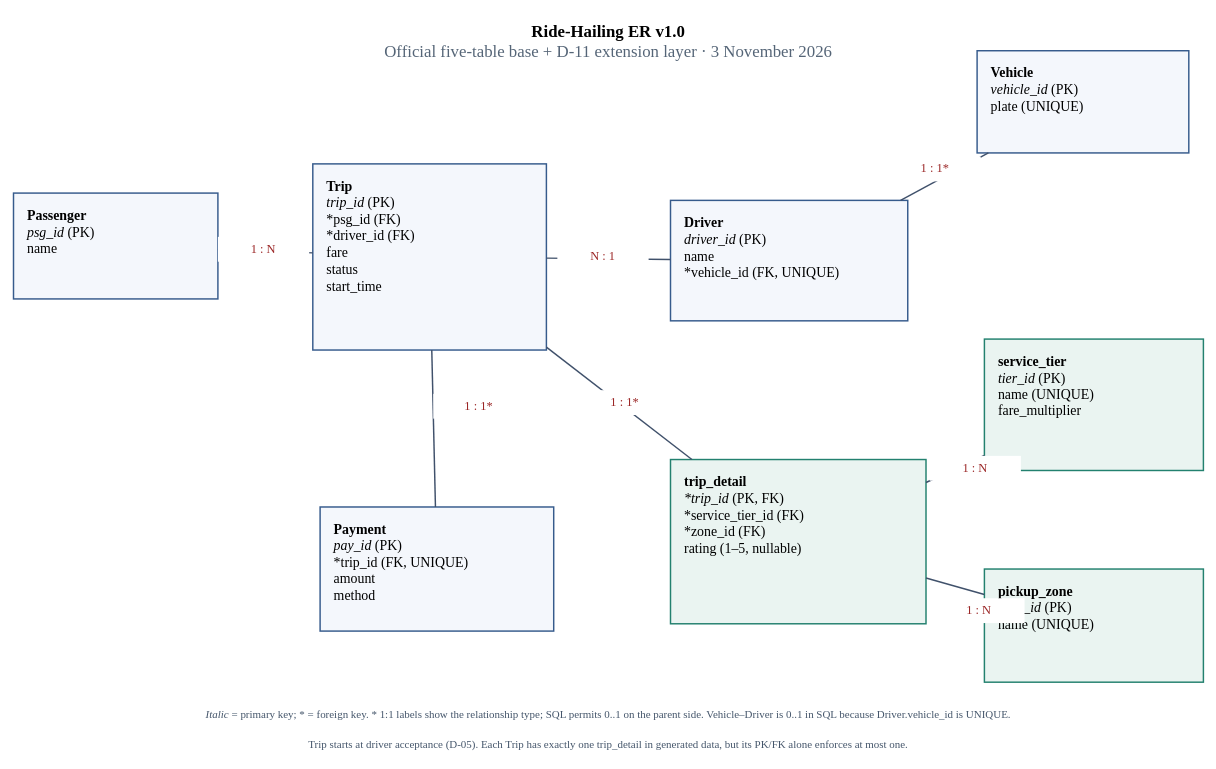
Above: 04_figures/er_final.drawio in chenyanwu83-blip/DBM-Group-Project1 (draw.io), before the change. Source tidied: cells renumbered, new cells numbered last; positions are measured from the earlier drawing's top-left corner, leaving out a move shared by most shapes. Both pictures are drawn from the tidied source at 73%, with x=0, y=0 at pixel (13, 12).
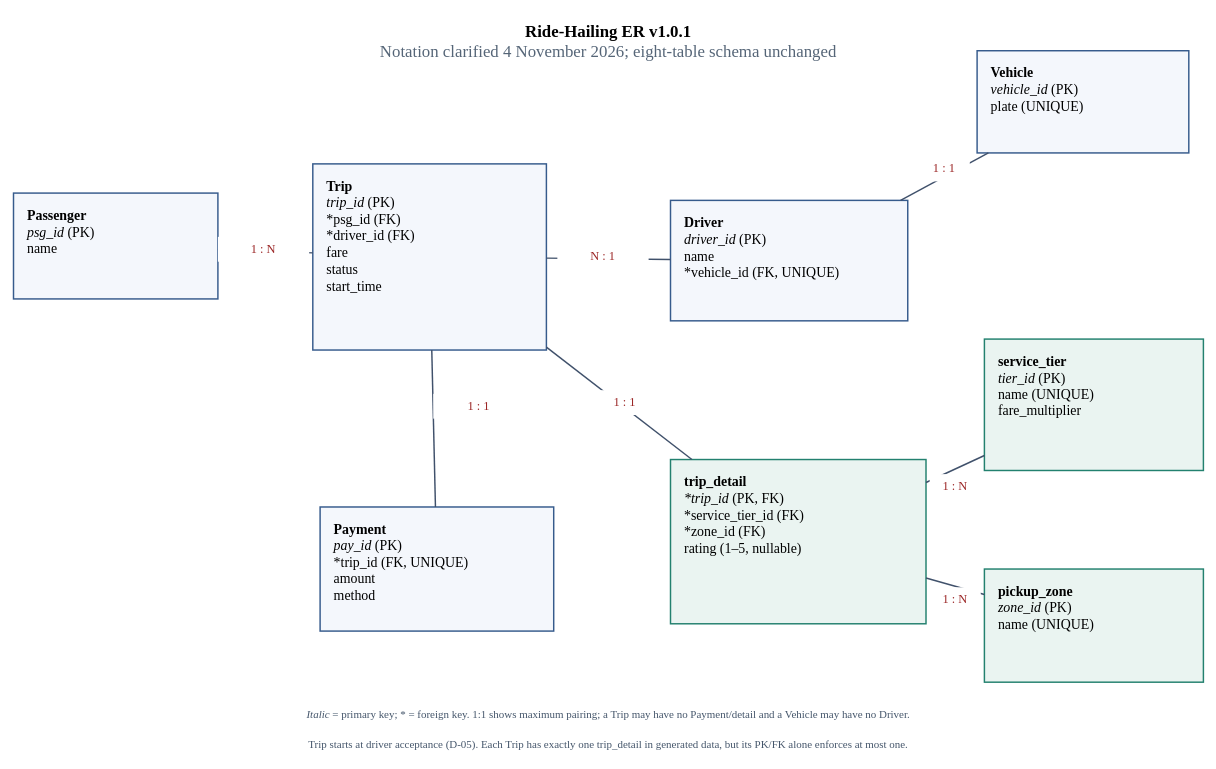
After the change.

Commit message (it also covers changes not shown here):
B4: clarify ER cardinality notation (v1.0.1)

Blue boxes are the five core tables provided by the teacher; green boxes are the three extension tables added by our group. Diagram labels now follow the course notation (1:1, 1:N, N:1). Table structure and SQL are unchanged.

Change to the diagram source:
```diff
@@
-    <mxCell id="2" value="&lt;b&gt;Ride-Hailing ER v1.0&lt;/b&gt;&lt;br&gt;&lt;font color=&quot;#556577&quot;&gt;Official five-table base + D-11 extension layer · 3 November 2026&lt;/font&gt;" style="fontFamily=Times New Roman;html=1;whiteSpace=wrap;text;align=center;verticalAlign=middle;strokeColor=none;fillColor=none;fontSize=23;" parent="1" vertex="1">
+    <mxCell id="2" value="&lt;b&gt;Ride-Hailing ER v1.0.1&lt;/b&gt;&lt;br&gt;&lt;font color=&quot;#556577&quot;&gt;Notation clarified 4 November 2026; eight-table schema unchanged&lt;/font&gt;" style="fontFamily=Times New Roman;html=1;whiteSpace=wrap;text;align=center;verticalAlign=middle;strokeColor=none;fillColor=none;fontSize=23;" parent="1" vertex="1">
       <mxGeometry x="230" width="1170" height="78" as="geometry" />
     </mxCell>
@@
-    <mxCell id="16" value="1 : 1*" style="fontFamily=Times New Roman;html=1;whiteSpace=wrap;text;align=center;verticalAlign=middle;strokeColor=none;fillColor=#FFFFFF;fontSize=17;fontColor=#9B2626;" parent="1" vertex="1">
-      <mxGeometry x="1200" y="197" width="125" height="34" as="geometry" />
+    <mxCell id="16" value="1 : 1" style="fontFamily=Times New Roman;html=1;whiteSpace=wrap;text;align=center;verticalAlign=middle;strokeColor=none;fillColor=#FFFFFF;fontSize=17;fontColor=#9B2626;" parent="1" vertex="1">
+      <mxGeometry x="1240" y="197" width="70" height="34" as="geometry" />
     </mxCell>
@@
-    <mxCell id="18" value="1 : 1*" style="fontFamily=Times New Roman;html=1;whiteSpace=wrap;text;align=center;verticalAlign=middle;strokeColor=none;fillColor=#FFFFFF;fontSize=17;fontColor=#9B2626;" parent="1" vertex="1">
+    <mxCell id="18" value="1 : 1" style="fontFamily=Times New Roman;html=1;whiteSpace=wrap;text;align=center;verticalAlign=middle;strokeColor=none;fillColor=#FFFFFF;fontSize=17;fontColor=#9B2626;" parent="1" vertex="1">
       <mxGeometry x="575" y="522" width="125" height="34" as="geometry" />
     </mxCell>
@@
-    <mxCell id="20" value="1 : 1*" style="fontFamily=Times New Roman;html=1;whiteSpace=wrap;text;align=center;verticalAlign=middle;strokeColor=none;fillColor=#FFFFFF;fontSize=17;fontColor=#9B2626;" parent="1" vertex="1">
+    <mxCell id="20" value="1 : 1" style="fontFamily=Times New Roman;html=1;whiteSpace=wrap;text;align=center;verticalAlign=middle;strokeColor=none;fillColor=#FFFFFF;fontSize=17;fontColor=#9B2626;" parent="1" vertex="1">
       <mxGeometry x="775" y="517" width="125" height="34" as="geometry" />
     </mxCell>
@@
     <mxCell id="22" value="1 : N" style="fontFamily=Times New Roman;html=1;whiteSpace=wrap;text;align=center;verticalAlign=middle;strokeColor=none;fillColor=#FFFFFF;fontSize=17;fontColor=#9B2626;" parent="1" vertex="1">
-      <mxGeometry x="1255" y="607" width="125" height="34" as="geometry" />
+      <mxGeometry x="1255" y="632" width="70" height="34" as="geometry" />
     </mxCell>
@@
     <mxCell id="24" value="1 : N" style="fontFamily=Times New Roman;html=1;whiteSpace=wrap;text;align=center;verticalAlign=middle;strokeColor=none;fillColor=#FFFFFF;fontSize=17;fontColor=#9B2626;" parent="1" vertex="1">
-      <mxGeometry x="1260" y="802" width="125" height="34" as="geometry" />
+      <mxGeometry x="1255" y="787" width="70" height="34" as="geometry" />
     </mxCell>
-    <mxCell id="25" value="&lt;i&gt;Italic&lt;/i&gt; = primary key; * = foreign key. * 1:1 labels show the relationship type; SQL permits 0..1 on the parent side. Vehicle–Driver is 0..1 in SQL because Driver.vehicle_id is UNIQUE." style="fontFamily=Times New Roman;html=1;whiteSpace=wrap;text;align=center;verticalAlign=middle;strokeColor=none;fillColor=none;fontSize=15;fontColor=#45566B;" parent="1" vertex="1">
+    <mxCell id="25" value="&lt;i&gt;Italic&lt;/i&gt; = primary key; * = foreign key. 1:1 shows maximum pairing; a Trip may have no Payment/detail and a Vehicle may have no Driver." style="fontFamily=Times New Roman;html=1;whiteSpace=wrap;text;align=center;verticalAlign=middle;strokeColor=none;fillColor=none;fontSize=15;fontColor=#45566B;" parent="1" vertex="1">
       <mxGeometry y="937" width="1630" height="45" as="geometry" />
     </mxCell>
```
